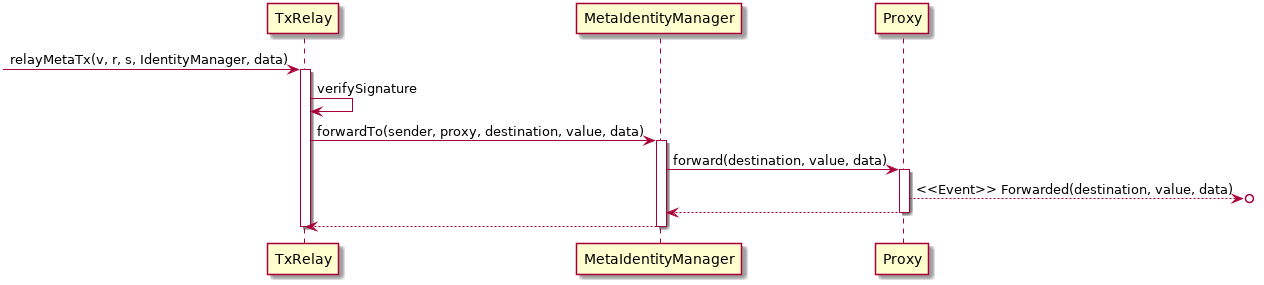
Earlier version of the PlantUML export docs/diagrams/send-tx.seq.png (uport-project/uport-identity).
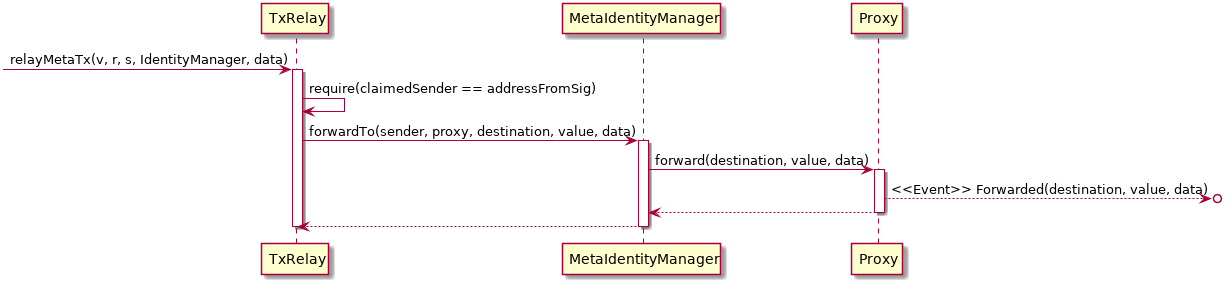
The same diagram one commit later.

Commit message:
send-tx diagram should now be correct. fix #65

Change to the diagram source:
```diff
@@ -6,7 +6,7 @@
 ->tr:relayMetaTx(v, r, s, IdentityManager, data)
 
 activate tr
-tr->tr:verifySignature
+tr->tr:require(claimedSender == addressFromSig)
 
 tr->im: forwardTo(sender, proxy, destination, value, data)
 activate im
```
